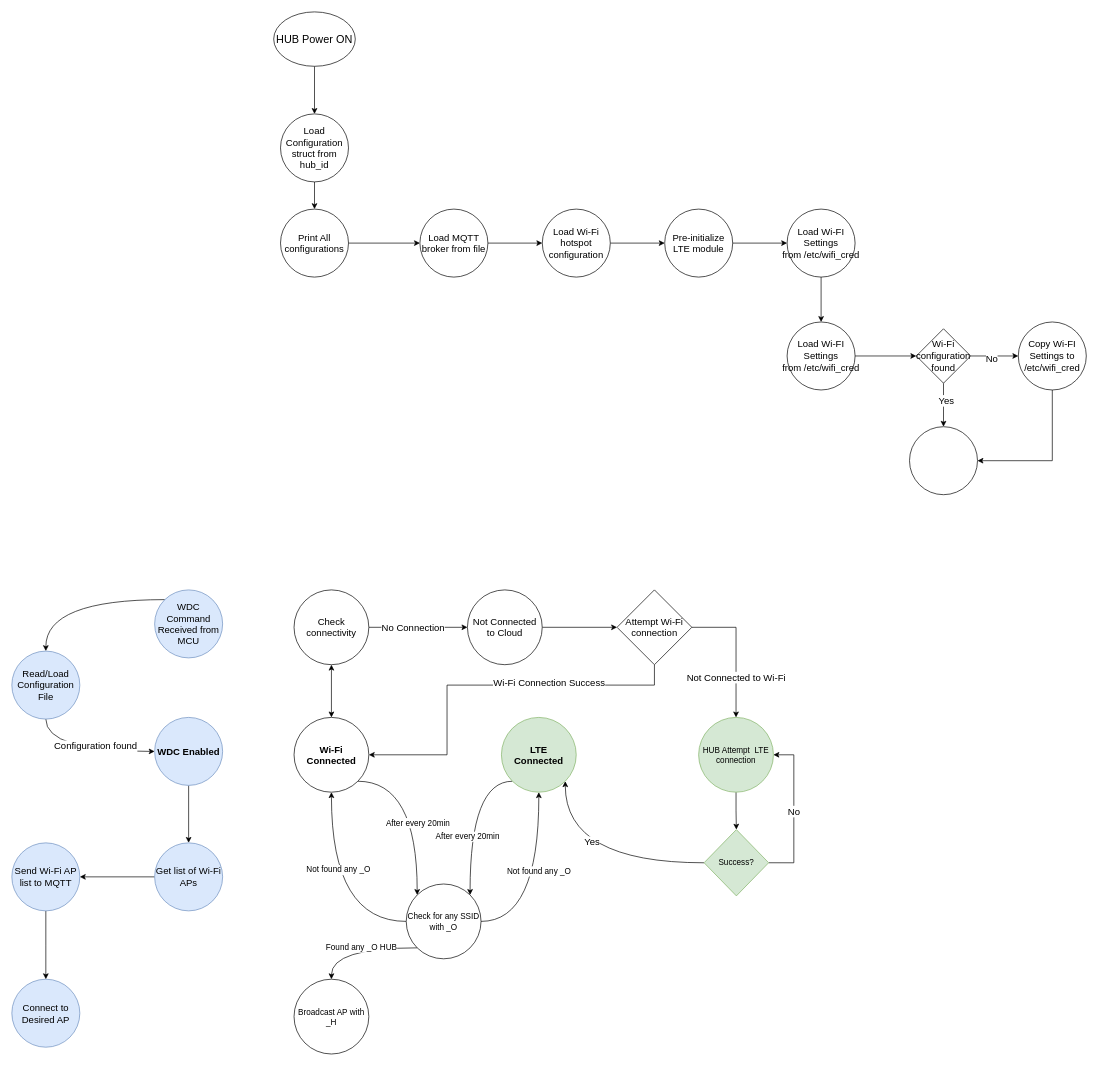
Before: connectivity states.drawio in sohaibqamar/drawings, a draw.io diagram. Source tidied: cells renumbered, new cells numbered last; positions are measured from the earlier drawing's top-left corner, leaving out a move shared by most shapes. Both pictures are drawn from the tidied source at 68%, with x=0, y=0 at pixel (12, 12).
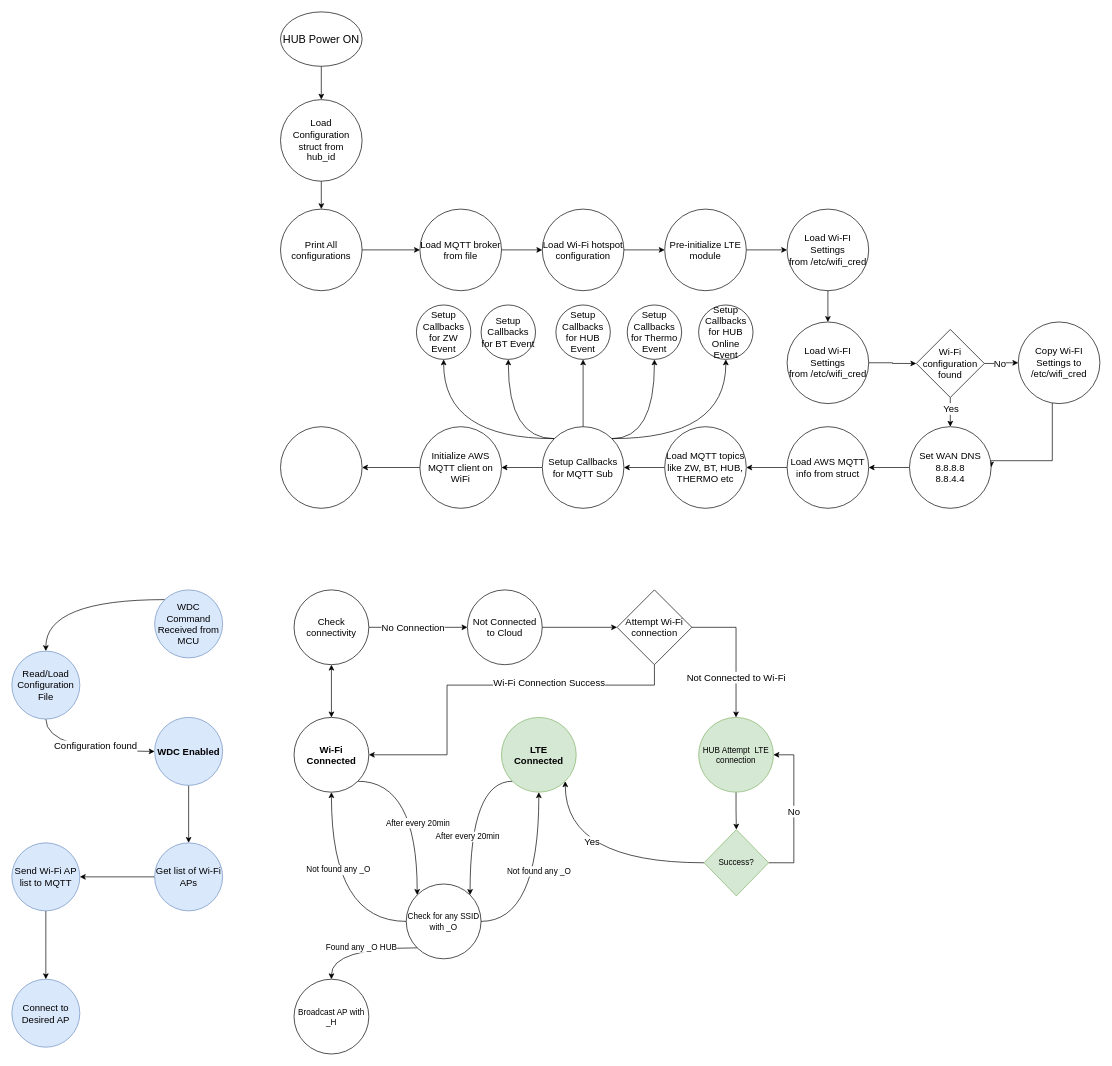
After the change.

The change refers to these unchanged cells:
```xml
<mxCell id="62" style="edgeStyle=orthogonalEdgeStyle;rounded=0;jettySize=auto;html=1;entryX=0;entryY=0.5;entryDx=0;entryDy=0;" parent="1" edge="1" source="66" target="68">
  <mxGeometry relative="1" as="geometry" />
</mxCell>
<mxCell id="64" style="edgeStyle=orthogonalEdgeStyle;rounded=0;jettySize=auto;html=1;exitX=0.5;exitY=1;exitDx=0;exitDy=0;entryX=0.5;entryY=0;entryDx=0;entryDy=0;" parent="1" edge="1" source="66" target="69">
  <mxGeometry relative="1" as="geometry" />
</mxCell>
```

Change to the diagram source:
```diff
@@
     <mxCell id="3" value="HUB Power ON" style="ellipse;whiteSpace=wrap;html=1;fontSize=16;" parent="1" vertex="1">
-      <mxGeometry x="385" width="120" height="80" as="geometry" />
+      <mxGeometry x="395" width="120" height="80" as="geometry" />
     </mxCell>
@@
     <mxCell id="49" value="Load Configuration struct from&lt;br&gt;hub_id" style="ellipse;whiteSpace=wrap;html=1;fontSize=14;" parent="1" vertex="1">
-      <mxGeometry x="395" y="150" width="100" height="100" as="geometry" />
+      <mxGeometry x="395" y="129" width="120" height="120" as="geometry" />
     </mxCell>
@@
     <mxCell id="51" value="Print All configurations" style="ellipse;whiteSpace=wrap;html=1;fontSize=14;" parent="1" vertex="1">
-      <mxGeometry x="395" y="290" width="100" height="100" as="geometry" />
+      <mxGeometry x="395" y="290" width="120" height="120" as="geometry" />
     </mxCell>
@@
     <mxCell id="53" value="Load MQTT broker from file" style="ellipse;whiteSpace=wrap;html=1;fontSize=14;" parent="1" vertex="1">
-      <mxGeometry x="600" y="290" width="100" height="100" as="geometry" />
+      <mxGeometry x="600" y="290" width="120" height="120" as="geometry" />
     </mxCell>
@@
     <mxCell id="55" value="Load Wi-Fi hotspot configuration" style="ellipse;whiteSpace=wrap;html=1;fontSize=14;" parent="1" vertex="1">
-      <mxGeometry x="780" y="290" width="100" height="100" as="geometry" />
+      <mxGeometry x="780" y="290" width="120" height="120" as="geometry" />
     </mxCell>
@@
     <mxCell id="57" value="Pre-initialize LTE module" style="ellipse;whiteSpace=wrap;html=1;fontSize=14;" parent="1" vertex="1">
-      <mxGeometry x="960" y="290" width="100" height="100" as="geometry" />
+      <mxGeometry x="960" y="290" width="120" height="120" as="geometry" />
     </mxCell>
@@
     <mxCell id="59" value="Load Wi-FI Settings from&amp;nbsp;/etc/wifi_cred" style="ellipse;whiteSpace=wrap;html=1;fontSize=14;" parent="1" vertex="1">
-      <mxGeometry x="1140" y="290" width="100" height="100" as="geometry" />
+      <mxGeometry x="1140" y="290" width="120" height="120" as="geometry" />
     </mxCell>
@@
     <mxCell id="61" value="Load Wi-FI Settings from&amp;nbsp;/etc/wifi_cred" style="ellipse;whiteSpace=wrap;html=1;fontSize=14;" parent="1" vertex="1">
-      <mxGeometry x="1140" y="456" width="100" height="100" as="geometry" />
+      <mxGeometry x="1140" y="456" width="120" height="120" as="geometry" />
     </mxCell>
@@
     <mxCell id="63" value="No" style="edgeLabel;html=1;align=center;verticalAlign=middle;fontSize=14;" parent="62" vertex="1">
-      <mxGeometry x="-0.14" y="-4" relative="1" as="geometry" />
+      <mxGeometry x="-0.14" y="-4" relative="1" as="geometry">
+        <mxPoint y="-4" as="offset" />
+      </mxGeometry>
     </mxCell>
@@
     <mxCell id="65" value="Yes" style="edgeLabel;html=1;align=center;verticalAlign=middle;fontSize=14;" parent="64" vertex="1">
       <mxGeometry x="-0.19" y="3" relative="1" as="geometry">
-        <mxPoint y="-1" as="offset" />
+        <mxPoint x="-3" y="-1" as="offset" />
       </mxGeometry>
     </mxCell>
     <mxCell id="66" value="Wi-Fi configuration found" style="rhombus;whiteSpace=wrap;html=1;fontSize=14;" parent="1" vertex="1">
-      <mxGeometry x="1330" y="466" width="80" height="80" as="geometry" />
+      <mxGeometry x="1330" y="467" width="100" height="100" as="geometry" />
     </mxCell>
@@
     <mxCell id="68" value="Copy Wi-FI Settings to /etc/wifi_cred" style="ellipse;whiteSpace=wrap;html=1;fontSize=14;" parent="1" vertex="1">
-      <mxGeometry x="1480" y="456" width="100" height="100" as="geometry" />
+      <mxGeometry x="1480" y="456" width="120" height="120" as="geometry" />
     </mxCell>
+    <mxCell id="70" style="edgeStyle=orthogonalEdgeStyle;rounded=0;jettySize=auto;html=1;" parent="1" edge="1" source="69" target="72">
+      <mxGeometry relative="1" as="geometry" />
+    </mxCell>
-    <mxCell id="69" style="ellipse;whiteSpace=wrap;html=1;fontSize=14;" parent="1" vertex="1">
-      <mxGeometry x="1320" y="610" width="100" height="100" as="geometry" />
+    <mxCell id="69" value="Set WAN DNS&lt;br&gt;8.8.8.8&lt;br&gt;8.8.4.4" style="ellipse;whiteSpace=wrap;html=1;fontSize=14;" parent="1" vertex="1">
+      <mxGeometry x="1320" y="610" width="120" height="120" as="geometry" />
     </mxCell>
+    <mxCell id="71" style="edgeStyle=orthogonalEdgeStyle;rounded=0;jettySize=auto;html=1;" parent="1" edge="1" source="72" target="74">
+      <mxGeometry relative="1" as="geometry" />
+    </mxCell>
+    <mxCell id="72" value="Load AWS MQTT info from struct" style="ellipse;whiteSpace=wrap;html=1;fontSize=14;" parent="1" vertex="1">
+      <mxGeometry x="1140" y="610" width="120" height="120" as="geometry" />
+    </mxCell>
+    <mxCell id="73" style="edgeStyle=orthogonalEdgeStyle;rounded=0;jettySize=auto;html=1;" parent="1" edge="1" source="74" target="80">
+      <mxGeometry relative="1" as="geometry" />
+    </mxCell>
+    <mxCell id="74" value="Load MQTT topics like ZW, BT, HUB, THERMO etc" style="ellipse;whiteSpace=wrap;html=1;fontSize=14;" parent="1" vertex="1">
+      <mxGeometry x="960" y="610" width="120" height="120" as="geometry" />
+    </mxCell>
+    <mxCell id="75" style="ellipse;whiteSpace=wrap;html=1;fontSize=14;" parent="1" vertex="1">
+      <mxGeometry x="395" y="610" width="120" height="120" as="geometry" />
+    </mxCell>
+    <mxCell id="76" style="edgeStyle=orthogonalEdgeStyle;rounded=0;jettySize=auto;html=1;" parent="1" edge="1" source="80" target="82">
+      <mxGeometry relative="1" as="geometry" />
+    </mxCell>
+    <mxCell id="77" style="edgeStyle=orthogonalEdgeStyle;rounded=0;jettySize=auto;html=1;" parent="1" edge="1" source="80" target="83">
+      <mxGeometry relative="1" as="geometry" />
+    </mxCell>
+    <mxCell id="78" style="edgeStyle=orthogonalEdgeStyle;rounded=0;jettySize=auto;html=1;exitX=1;exitY=0;exitDx=0;exitDy=0;entryX=0.5;entryY=1;entryDx=0;entryDy=0;curved=1;" parent="1" edge="1" source="80" target="85">
+      <mxGeometry relative="1" as="geometry" />
+    </mxCell>
+    <mxCell id="79" style="edgeStyle=orthogonalEdgeStyle;rounded=0;jettySize=auto;html=1;exitX=0;exitY=0;exitDx=0;exitDy=0;entryX=0.5;entryY=1;entryDx=0;entryDy=0;curved=1;" parent="1" edge="1" source="80" target="84">
+      <mxGeometry relative="1" as="geometry" />
+    </mxCell>
+    <mxCell id="80" value="Setup Callbacks for MQTT Sub" style="ellipse;whiteSpace=wrap;html=1;fontSize=14;" parent="1" vertex="1">
+      <mxGeometry x="780" y="610" width="120" height="120" as="geometry" />
+    </mxCell>
+    <mxCell id="81" style="edgeStyle=orthogonalEdgeStyle;rounded=0;jettySize=auto;html=1;" parent="1" edge="1" source="82" target="75">
+      <mxGeometry relative="1" as="geometry" />
+    </mxCell>
+    <mxCell id="82" value="Initialize AWS MQTT client on WiFi" style="ellipse;whiteSpace=wrap;html=1;fontSize=14;" parent="1" vertex="1">
+      <mxGeometry x="600" y="610" width="120" height="120" as="geometry" />
+    </mxCell>
+    <mxCell id="83" value="Setup Callbacks for HUB Event" style="ellipse;whiteSpace=wrap;html=1;fontSize=14;" parent="1" vertex="1">
+      <mxGeometry x="800" y="431" width="80" height="80" as="geometry" />
+    </mxCell>
+    <mxCell id="84" value="Setup Callbacks for BT Event" style="ellipse;whiteSpace=wrap;html=1;fontSize=14;" parent="1" vertex="1">
+      <mxGeometry x="690" y="431" width="80" height="80" as="geometry" />
+    </mxCell>
+    <mxCell id="85" value="Setup Callbacks for Thermo Event" style="ellipse;whiteSpace=wrap;html=1;fontSize=14;" parent="1" vertex="1">
+      <mxGeometry x="904.9" y="431" width="80" height="80" as="geometry" />
+    </mxCell>
+    <mxCell id="86" style="edgeStyle=orthogonalEdgeStyle;rounded=0;jettySize=auto;html=1;exitX=0;exitY=0;exitDx=0;exitDy=0;entryX=0.5;entryY=1;entryDx=0;entryDy=0;curved=1;" parent="1" edge="1" source="80" target="87">
+      <mxGeometry relative="1" as="geometry" />
+    </mxCell>
+    <mxCell id="87" value="Setup Callbacks for ZW Event" style="ellipse;whiteSpace=wrap;html=1;fontSize=14;" parent="1" vertex="1">
+      <mxGeometry x="594.9" y="431" width="80" height="80" as="geometry" />
+    </mxCell>
+    <mxCell id="88" style="edgeStyle=orthogonalEdgeStyle;rounded=0;jettySize=auto;html=1;exitX=1;exitY=0;exitDx=0;exitDy=0;curved=1;" parent="1" edge="1" source="80" target="89">
+      <mxGeometry relative="1" as="geometry" />
+    </mxCell>
+    <mxCell id="89" value="Setup Callbacks for HUB Online Event" style="ellipse;whiteSpace=wrap;html=1;fontSize=14;" parent="1" vertex="1">
+      <mxGeometry x="1009.9" y="431" width="80" height="80" as="geometry" />
+    </mxCell>
```
